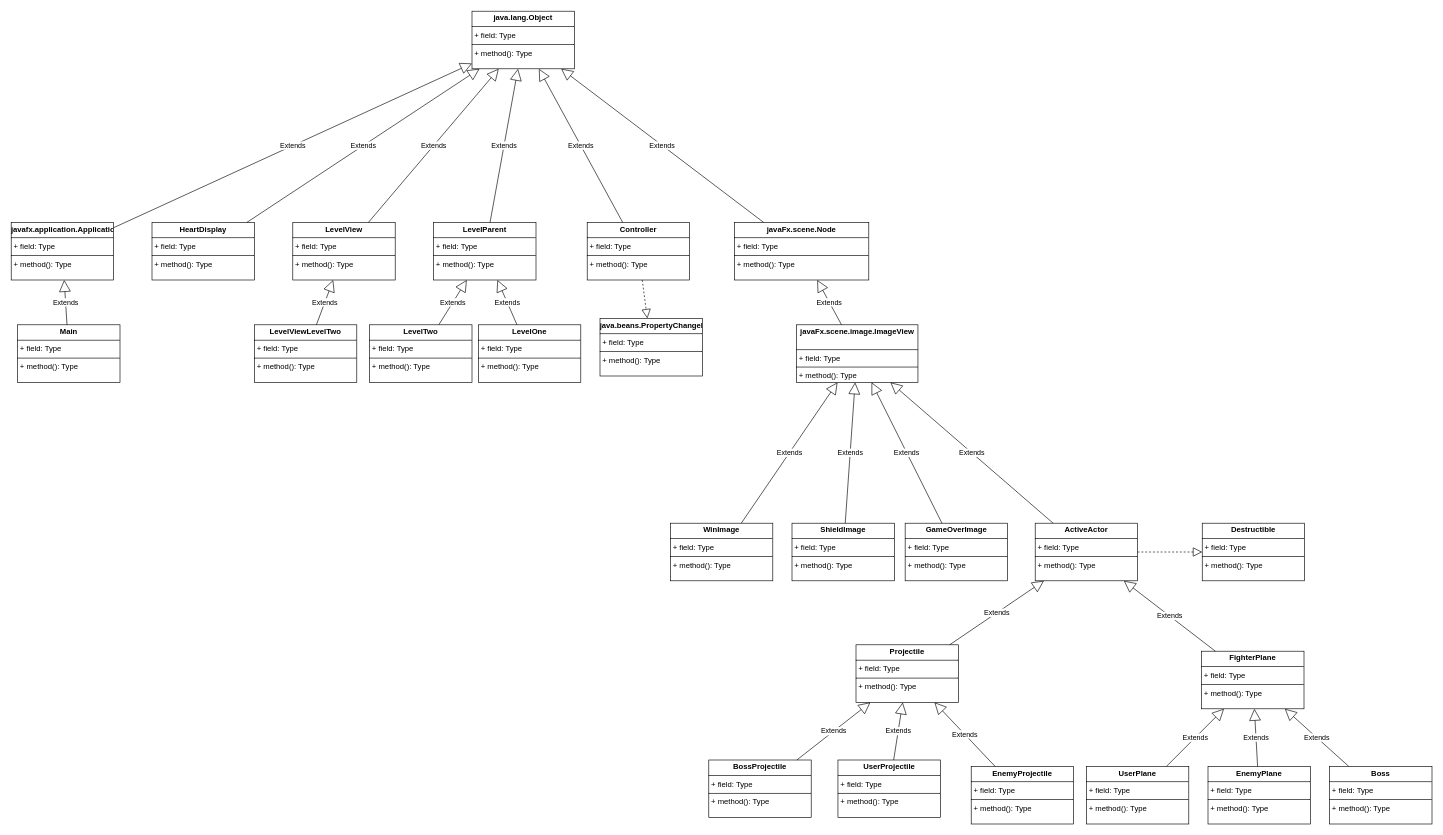
This is Untitled Diagram.drawio from Ismail-987/CW2024, a draw.io file, before an edit. Source tidied: cells renumbered, new cells numbered last; positions are measured from the earlier drawing's top-left corner, leaving out a move shared by most shapes. Both pictures are drawn from the tidied source at 64%, with x=0, y=0 at pixel (11, 11).
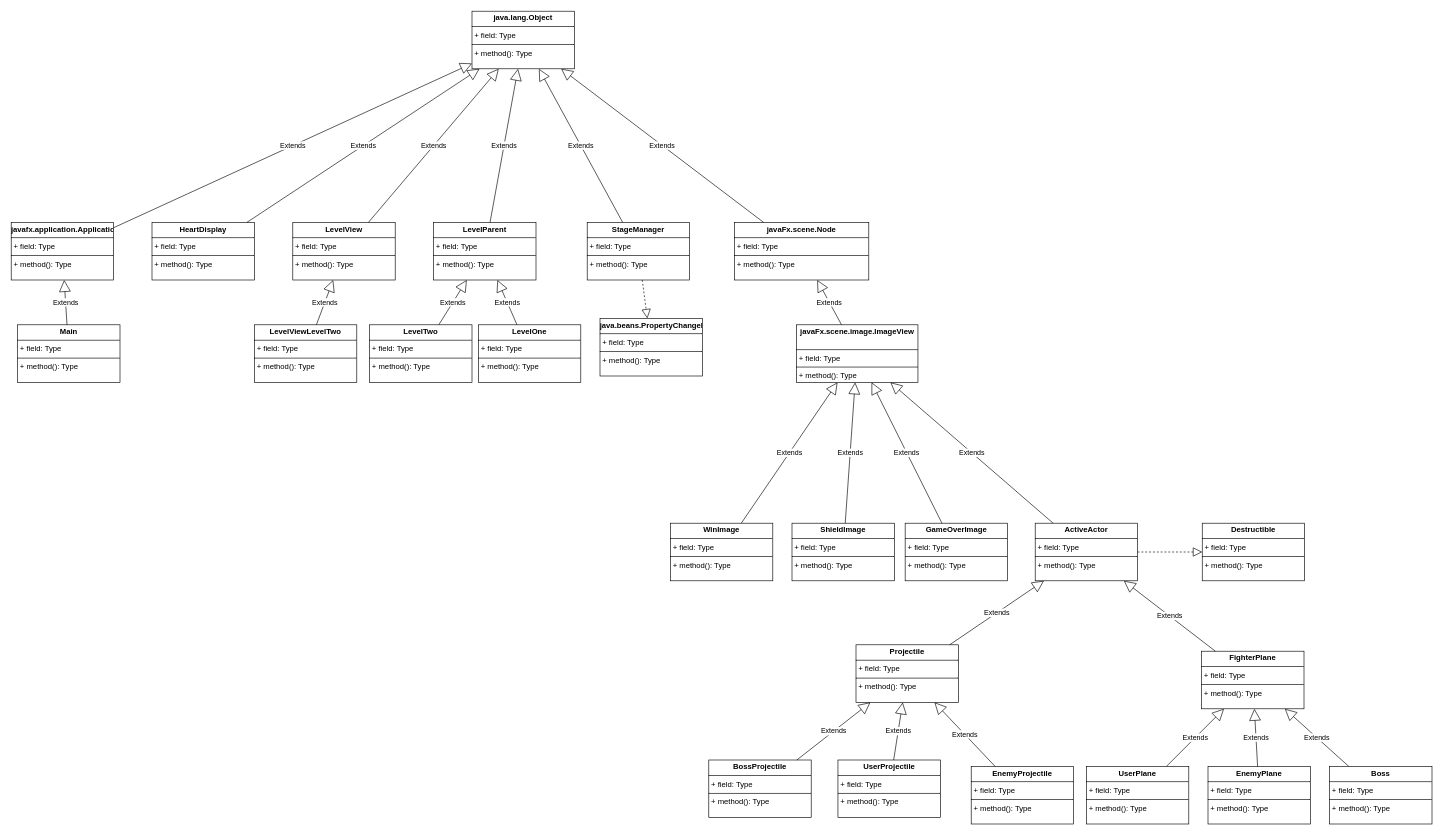
The same page after the edit.

Diff of the diagram source:
```diff
@@
-    <mxCell id="3" value="&lt;p style=&quot;margin:0px;margin-top:4px;text-align:center;&quot;&gt;&lt;b&gt;Controller&lt;/b&gt;&lt;/p&gt;&lt;hr size=&quot;1&quot; style=&quot;border-style:solid;&quot;&gt;&lt;p style=&quot;margin:0px;margin-left:4px;&quot;&gt;+ field: Type&lt;/p&gt;&lt;hr size=&quot;1&quot; style=&quot;border-style:solid;&quot;&gt;&lt;p style=&quot;margin:0px;margin-left:4px;&quot;&gt;+ method(): Type&lt;/p&gt;" style="verticalAlign=top;align=left;overflow=fill;html=1;whiteSpace=wrap;" parent="1" vertex="1">
+    <mxCell id="3" value="&lt;p style=&quot;margin:0px;margin-top:4px;text-align:center;&quot;&gt;&lt;b&gt;StageManager&lt;/b&gt;&lt;/p&gt;&lt;hr size=&quot;1&quot; style=&quot;border-style:solid;&quot;&gt;&lt;p style=&quot;margin:0px;margin-left:4px;&quot;&gt;+ field: Type&lt;/p&gt;&lt;hr size=&quot;1&quot; style=&quot;border-style:solid;&quot;&gt;&lt;p style=&quot;margin:0px;margin-left:4px;&quot;&gt;+ method(): Type&lt;/p&gt;" style="verticalAlign=top;align=left;overflow=fill;html=1;whiteSpace=wrap;" parent="1" vertex="1">
       <mxGeometry x="900" y="330" width="160" height="90" as="geometry" />
     </mxCell>
```
